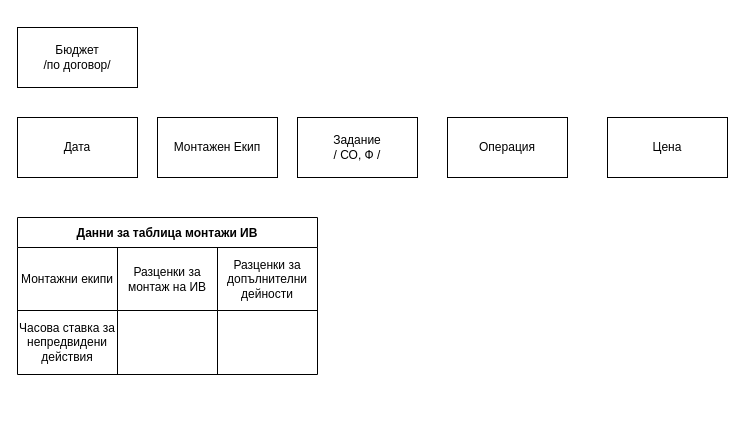
Above: montagi.drawio in VladimirZorov/Diagrams (draw.io), before the change. Source tidied: cells renumbered, new cells numbered last; positions are measured from the earlier drawing's top-left corner, leaving out a move shared by most shapes. Both pictures are drawn from the tidied source at 100%, with x=0, y=0 at pixel (17, 27).
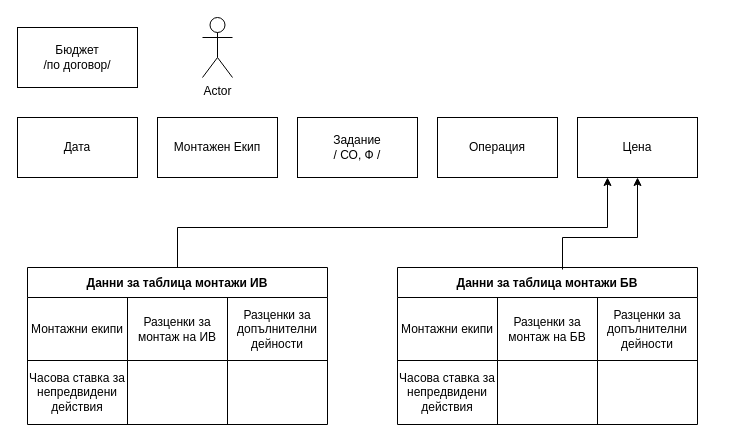
The same diagram, later.

What changed in the source:
```diff
@@
     <mxCell id="6" value="Операция" style="rounded=0;whiteSpace=wrap;html=1;" parent="1" vertex="1">
-      <mxGeometry x="430" y="90" width="120" height="60" as="geometry" />
+      <mxGeometry x="420" y="90" width="120" height="60" as="geometry" />
     </mxCell>
     <mxCell id="7" value="Цена" style="rounded=0;whiteSpace=wrap;html=1;" parent="1" vertex="1">
-      <mxGeometry x="590" y="90" width="120" height="60" as="geometry" />
+      <mxGeometry x="560" y="90" width="120" height="60" as="geometry" />
     </mxCell>
     <mxCell id="8" value="Данни за таблица монтажи ИВ" style="shape=table;startSize=30;childLayout=tableLayout;fontStyle=1;align=center;" parent="1" vertex="1">
-      <mxGeometry y="190" width="300" height="157" as="geometry" />
+      <mxGeometry x="10" y="240" width="300" height="157" as="geometry" />
     </mxCell>
@@
+    <mxCell id="17" value="Данни за таблица монтажи БВ" style="shape=table;startSize=30;childLayout=tableLayout;fontStyle=1;align=center;" parent="1" vertex="1">
+      <mxGeometry x="380" y="240" width="300" height="157" as="geometry" />
+    </mxCell>
+    <mxCell id="18" style="shape=tableRow;horizontal=0;startSize=0;swimlaneHead=0;swimlaneBody=0;top=0;left=0;bottom=0;right=0;fillColor=none;" parent="17" vertex="1">
+      <mxGeometry y="30" width="300" height="63" as="geometry" />
+    </mxCell>
+    <mxCell id="19" value="Монтажни екипи" style="shape=partialRectangle;html=1;whiteSpace=wrap;fillColor=none;top=0;left=0;bottom=0;right=0;overflow=hidden;" parent="18" vertex="1">
+      <mxGeometry width="100" height="63" as="geometry" />
+    </mxCell>
+    <mxCell id="20" value="Разценки за монтаж на БВ" style="shape=partialRectangle;html=1;whiteSpace=wrap;fillColor=none;top=0;left=0;bottom=0;right=0;overflow=hidden;" parent="18" vertex="1">
+      <mxGeometry x="100" width="100" height="63" as="geometry" />
+    </mxCell>
+    <mxCell id="21" value="Разценки за допълнителни дейности " style="shape=partialRectangle;html=1;whiteSpace=wrap;fillColor=none;top=0;left=0;bottom=0;right=0;overflow=hidden;" parent="18" vertex="1">
+      <mxGeometry x="200" width="100" height="63" as="geometry" />
+    </mxCell>
+    <mxCell id="22" style="shape=tableRow;horizontal=0;startSize=0;swimlaneHead=0;swimlaneBody=0;top=0;left=0;bottom=0;right=0;fillColor=none;" parent="17" vertex="1">
+      <mxGeometry y="93" width="300" height="64" as="geometry" />
+    </mxCell>
+    <mxCell id="23" value="Часова ставка за непредвидени действия" style="shape=partialRectangle;html=1;whiteSpace=wrap;fillColor=none;top=0;left=0;bottom=0;right=0;overflow=hidden;" parent="22" vertex="1">
+      <mxGeometry width="100" height="64" as="geometry" />
+    </mxCell>
+    <mxCell id="24" style="shape=partialRectangle;html=1;whiteSpace=wrap;fillColor=none;top=0;left=0;bottom=0;right=0;overflow=hidden;" parent="22" vertex="1">
+      <mxGeometry x="100" width="100" height="64" as="geometry" />
+    </mxCell>
+    <mxCell id="25" style="shape=partialRectangle;html=1;whiteSpace=wrap;fillColor=none;top=0;left=0;bottom=0;right=0;overflow=hidden;" parent="22" vertex="1">
+      <mxGeometry x="200" width="100" height="64" as="geometry" />
+    </mxCell>
+    <mxCell id="26" value="Actor" style="shape=umlActor;verticalLabelPosition=bottom;verticalAlign=top;html=1;" parent="1" vertex="1">
+      <mxGeometry x="185" y="-10" width="30" height="60" as="geometry" />
+    </mxCell>
+    <mxCell id="27" style="edgeStyle=elbowEdgeStyle;elbow=vertical;endArrow=classic;html=1;rounded=0;exitX=0.55;exitY=0.013;exitDx=0;exitDy=0;exitPerimeter=0;" parent="1" edge="1" source="17">
+      <mxGeometry relative="1" as="geometry">
+        <mxPoint x="620" y="150" as="targetPoint" />
+        <Array as="points">
+          <mxPoint x="600" y="210" />
+        </Array>
+      </mxGeometry>
+    </mxCell>
+    <mxCell id="28" style="edgeStyle=elbowEdgeStyle;elbow=vertical;endArrow=classic;html=1;rounded=0;entryX=0.25;entryY=1;entryDx=0;entryDy=0;" parent="1" edge="1" source="8" target="7">
+      <mxGeometry relative="1" as="geometry">
+        <Array as="points">
+          <mxPoint x="350" y="200" />
+        </Array>
+      </mxGeometry>
+    </mxCell>
```
